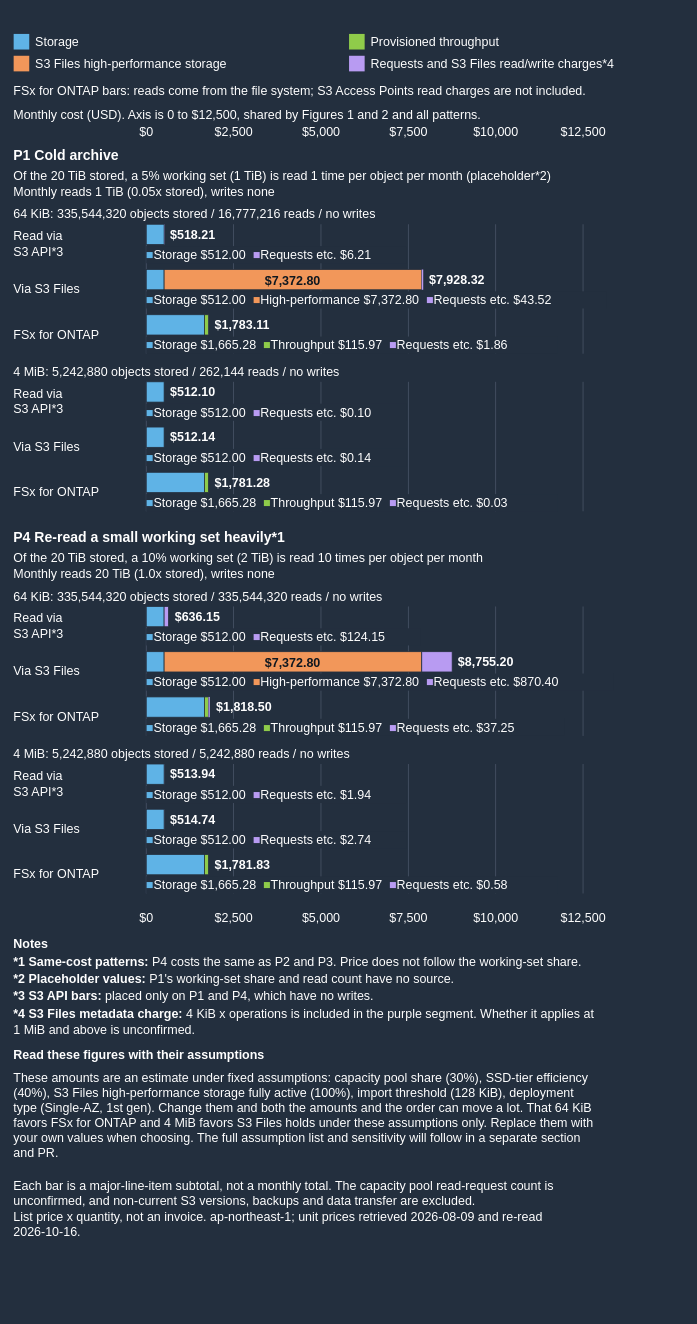
The draw.io diagram docs/_assets/diagrams/s3burst-s3files-cost-structure-en-dark.drawio in Yoshiki0705/S3-Burst-on-ONTAP-Files, before the edit. Source tidied: cells renumbered, new cells numbered last; positions are measured from the earlier drawing's top-left corner, leaving out a move shared by most shapes. Both pictures are drawn from the tidied source at 78%, with x=0, y=0 at pixel (13, 30).
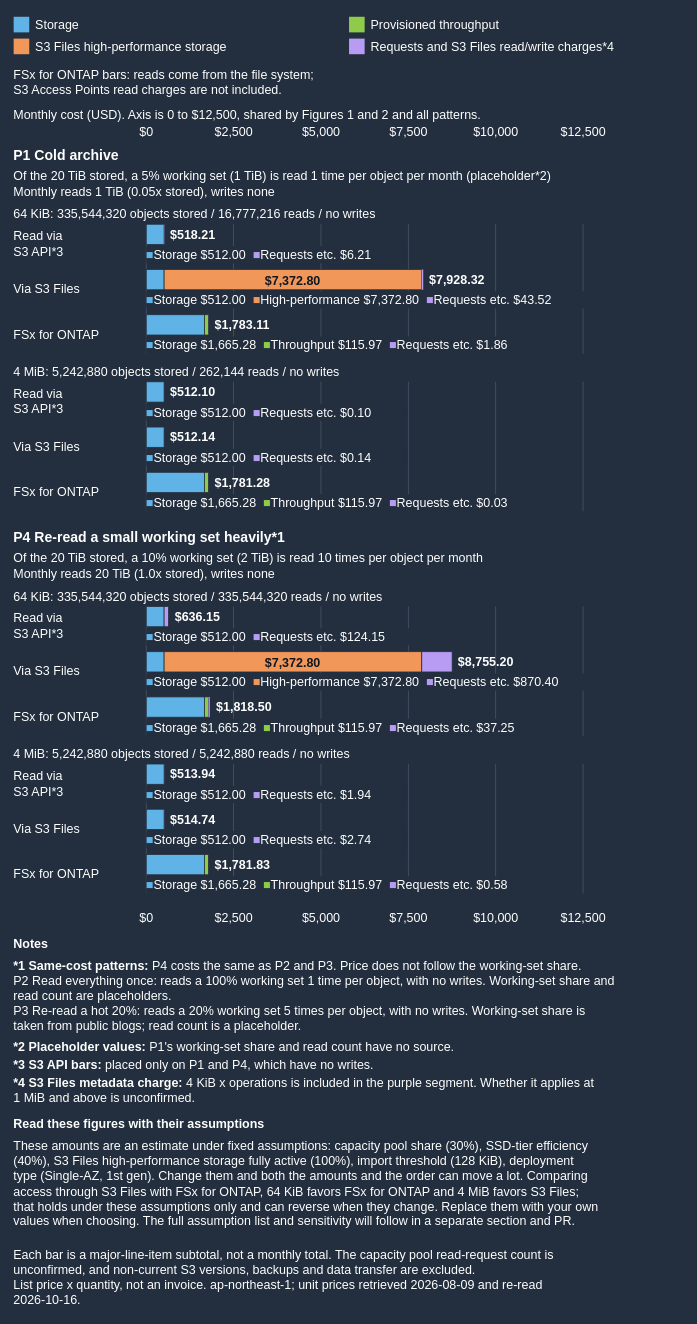
The same page after the edit.

Commit message (it also covers changes not shown here):
docs: generate the cost figures from the model and fix their wording

The edit, as a diff of the source:
```diff
@@
     <mxCell id="26" style="rounded=0;whiteSpace=nowrap;html=0;fillColor=#5FB3E6;strokeColor=none;fontSize=16;fontColor=#101820;fontStyle=1;align=center;verticalAlign=middle;" parent="1" vertex="1">
-      <mxGeometry y="4" width="20" height="20" as="geometry" />
+      <mxGeometry y="-18" width="20" height="20" as="geometry" />
     </mxCell>
     <mxCell id="27" value="Storage" style="text;html=1;whiteSpace=nowrap;overflow=visible;align=left;verticalAlign=middle;spacing=0;spacingLeft=0;spacingRight=0;spacingTop=0;spacingBottom=0;fontSize=16;fontColor=#FFFFFF;fontStyle=0;" parent="1" vertex="1">
-      <mxGeometry x="28" width="398" height="28" as="geometry" />
+      <mxGeometry x="28" y="-22" width="398" height="28" as="geometry" />
     </mxCell>
     <mxCell id="28" style="rounded=0;whiteSpace=nowrap;html=0;fillColor=#8FCB4A;strokeColor=none;fontSize=16;fontColor=#101820;fontStyle=1;align=center;verticalAlign=middle;" parent="1" vertex="1">
-      <mxGeometry x="430" y="4" width="20" height="20" as="geometry" />
+      <mxGeometry x="430" y="-18" width="20" height="20" as="geometry" />
     </mxCell>
     <mxCell id="29" value="Provisioned throughput" style="text;html=1;whiteSpace=nowrap;overflow=visible;align=left;verticalAlign=middle;spacing=0;spacingLeft=0;spacingRight=0;spacingTop=0;spacingBottom=0;fontSize=16;fontColor=#FFFFFF;fontStyle=0;" parent="1" vertex="1">
-      <mxGeometry x="458" width="398" height="28" as="geometry" />
+      <mxGeometry x="458" y="-22" width="398" height="28" as="geometry" />
     </mxCell>
     <mxCell id="30" style="rounded=0;whiteSpace=nowrap;html=0;fillColor=#F2975A;strokeColor=none;fontSize=16;fontColor=#101820;fontStyle=1;align=center;verticalAlign=middle;" parent="1" vertex="1">
-      <mxGeometry y="32" width="20" height="20" as="geometry" />
+      <mxGeometry y="10" width="20" height="20" as="geometry" />
     </mxCell>
     <mxCell id="31" value="S3 Files high-performance storage" style="text;html=1;whiteSpace=nowrap;overflow=visible;align=left;verticalAlign=middle;spacing=0;spacingLeft=0;spacingRight=0;spacingTop=0;spacingBottom=0;fontSize=16;fontColor=#FFFFFF;fontStyle=0;" parent="1" vertex="1">
-      <mxGeometry x="28" y="28" width="398" height="28" as="geometry" />
+      <mxGeometry x="28" y="6" width="398" height="28" as="geometry" />
     </mxCell>
     <mxCell id="32" style="rounded=0;whiteSpace=nowrap;html=0;fillColor=#B89BF2;strokeColor=none;fontSize=16;fontColor=#101820;fontStyle=1;align=center;verticalAlign=middle;" parent="1" vertex="1">
-      <mxGeometry x="430" y="32" width="20" height="20" as="geometry" />
+      <mxGeometry x="430" y="10" width="20" height="20" as="geometry" />
     </mxCell>
     <mxCell id="33" value="Requests and S3 Files read/write charges*4" style="text;html=1;whiteSpace=nowrap;overflow=visible;align=left;verticalAlign=middle;spacing=0;spacingLeft=0;spacingRight=0;spacingTop=0;spacingBottom=0;fontSize=16;fontColor=#FFFFFF;fontStyle=0;" parent="1" vertex="1">
-      <mxGeometry x="458" y="28" width="398" height="28" as="geometry" />
+      <mxGeometry x="458" y="6" width="398" height="28" as="geometry" />
     </mxCell>
-    <mxCell id="34" value="FSx for ONTAP bars: reads come from the file system; S3 Access Points read charges are not included." style="text;html=1;whiteSpace=nowrap;overflow=visible;align=left;verticalAlign=middle;spacing=0;spacingLeft=0;spacingRight=0;spacingTop=0;spacingBottom=0;fontSize=16;fontColor=#FFFFFF;fontStyle=0;" parent="1" vertex="1">
-      <mxGeometry y="66" width="860" height="22" as="geometry" />
+    <mxCell id="34" value="FSx for ONTAP bars: reads come from the file system;&lt;br&gt;S3 Access Points read charges are not included." style="text;html=1;whiteSpace=nowrap;overflow=visible;align=left;verticalAlign=middle;spacing=0;spacingLeft=0;spacingRight=0;spacingTop=0;spacingBottom=0;fontSize=16;fontColor=#FFFFFF;fontStyle=0;" parent="1" vertex="1">
+      <mxGeometry y="44" width="860" height="44" as="geometry" />
     </mxCell>
@@
-    <mxCell id="123" value="&lt;b&gt;*1 Same-cost patterns:&lt;/b&gt; P4 costs the same as P2 and P3. Price does not follow the working-set share." style="text;html=1;whiteSpace=nowrap;overflow=visible;align=left;verticalAlign=middle;spacing=0;spacingLeft=0;spacingRight=0;spacingTop=0;spacingBottom=0;fontSize=16;fontColor=#FFFFFF;fontStyle=0;" parent="1" vertex="1">
-      <mxGeometry y="1182" width="860" height="22" as="geometry" />
+    <mxCell id="123" value="&lt;b&gt;*1 Same-cost patterns:&lt;/b&gt; P4 costs the same as P2 and P3. Price does not follow the working-set share.&lt;br&gt;P2 Read everything once: reads a 100% working set 1 time per object, with no writes. Working-set share and&lt;br&gt;read count are placeholders.&lt;br&gt;P3 Re-read a hot 20%: reads a 20% working set 5 times per object, with no writes. Working-set share is&lt;br&gt;taken from public blogs; read count is a placeholder." style="text;html=1;whiteSpace=nowrap;overflow=visible;align=left;verticalAlign=middle;spacing=0;spacingLeft=0;spacingRight=0;spacingTop=0;spacingBottom=0;fontSize=16;fontColor=#FFFFFF;fontStyle=0;" parent="1" vertex="1">
+      <mxGeometry y="1182" width="860" height="110" as="geometry" />
     </mxCell>
     <mxCell id="124" value="&lt;b&gt;*2 Placeholder values:&lt;/b&gt; P1&amp;#x27;s working-set share and read count have no source." style="text;html=1;whiteSpace=nowrap;overflow=visible;align=left;verticalAlign=middle;spacing=0;spacingLeft=0;spacingRight=0;spacingTop=0;spacingBottom=0;fontSize=16;fontColor=#FFFFFF;fontStyle=0;" parent="1" vertex="1">
-      <mxGeometry y="1204" width="860" height="22" as="geometry" />
+      <mxGeometry y="1292" width="860" height="22" as="geometry" />
     </mxCell>
     <mxCell id="125" value="&lt;b&gt;*3 S3 API bars:&lt;/b&gt; placed only on P1 and P4, which have no writes." style="text;html=1;whiteSpace=nowrap;overflow=visible;align=left;verticalAlign=middle;spacing=0;spacingLeft=0;spacingRight=0;spacingTop=0;spacingBottom=0;fontSize=16;fontColor=#FFFFFF;fontStyle=0;" parent="1" vertex="1">
-      <mxGeometry y="1226" width="860" height="22" as="geometry" />
+      <mxGeometry y="1314" width="860" height="22" as="geometry" />
     </mxCell>
     <mxCell id="126" value="&lt;b&gt;*4 S3 Files metadata charge:&lt;/b&gt; 4 KiB x operations is included in the purple segment. Whether it applies at&lt;br&gt;1 MiB and above is unconfirmed." style="text;html=1;whiteSpace=nowrap;overflow=visible;align=left;verticalAlign=middle;spacing=0;spacingLeft=0;spacingRight=0;spacingTop=0;spacingBottom=0;fontSize=16;fontColor=#FFFFFF;fontStyle=0;" parent="1" vertex="1">
-      <mxGeometry y="1248" width="860" height="44" as="geometry" />
+      <mxGeometry y="1336" width="860" height="44" as="geometry" />
     </mxCell>
     <mxCell id="127" value="&lt;b&gt;Read these figures with their assumptions&lt;/b&gt;" style="text;html=1;whiteSpace=nowrap;overflow=visible;align=left;verticalAlign=middle;spacing=0;spacingLeft=0;spacingRight=0;spacingTop=0;spacingBottom=0;fontSize=16;fontColor=#FFFFFF;fontStyle=0;" parent="1" vertex="1">
-      <mxGeometry y="1302" width="860" height="22" as="geometry" />
+      <mxGeometry y="1390" width="860" height="22" as="geometry" />
     </mxCell>
-    <mxCell id="128" value="These amounts are an estimate under fixed assumptions: capacity pool share (30%), SSD-tier efficiency&lt;br&gt;(40%), S3 Files high-performance storage fully active (100%), import threshold (128 KiB), deployment&lt;br&gt;type (Single-AZ, 1st gen). Change them and both the amounts and the order can move a lot. That 64 KiB&lt;br&gt;favors FSx for ONTAP and 4 MiB favors S3 Files holds under these assumptions only. Replace them with&lt;br&gt;your own values when choosing. The full assumption list and sensitivity will follow in a separate section&lt;br&gt;and PR." style="text;html=1;whiteSpace=nowrap;overflow=visible;align=left;verticalAlign=middle;spacing=0;spacingLeft=0;spacingRight=0;spacingTop=0;spacingBottom=0;fontSize=16;fontColor=#FFFFFF;fontStyle=0;" parent="1" vertex="1">
-      <mxGeometry y="1324" width="860" height="132" as="geometry" />
+    <mxCell id="128" value="These amounts are an estimate under fixed assumptions: capacity pool share (30%), SSD-tier efficiency&lt;br&gt;(40%), S3 Files high-performance storage fully active (100%), import threshold (128 KiB), deployment&lt;br&gt;type (Single-AZ, 1st gen). Change them and both the amounts and the order can move a lot. Comparing&lt;br&gt;access through S3 Files with FSx for ONTAP, 64 KiB favors FSx for ONTAP and 4 MiB favors S3 Files;&lt;br&gt;that holds under these assumptions only and can reverse when they change. Replace them with your own&lt;br&gt;values when choosing. The full assumption list and sensitivity will follow in a separate section and PR." style="text;html=1;whiteSpace=nowrap;overflow=visible;align=left;verticalAlign=middle;spacing=0;spacingLeft=0;spacingRight=0;spacingTop=0;spacingBottom=0;fontSize=16;fontColor=#FFFFFF;fontStyle=0;" parent="1" vertex="1">
+      <mxGeometry y="1412" width="860" height="132" as="geometry" />
     </mxCell>
     <mxCell id="129" value="Each bar is a major-line-item subtotal, not a monthly total. The capacity pool read-request count is&lt;br&gt;unconfirmed, and non-current S3 versions, backups and data transfer are excluded.&lt;br&gt;List price x quantity, not an invoice. ap-northeast-1; unit prices retrieved 2026-08-09 and re-read&lt;br&gt;2026-10-16." style="text;html=1;whiteSpace=nowrap;overflow=visible;align=left;verticalAlign=middle;spacing=0;spacingLeft=0;spacingRight=0;spacingTop=0;spacingBottom=0;fontSize=16;fontColor=#FFFFFF;fontStyle=0;" parent="1" vertex="1">
-      <mxGeometry y="1466" width="860" height="88" as="geometry" />
+      <mxGeometry y="1554" width="860" height="88" as="geometry" />
     </mxCell>
```
